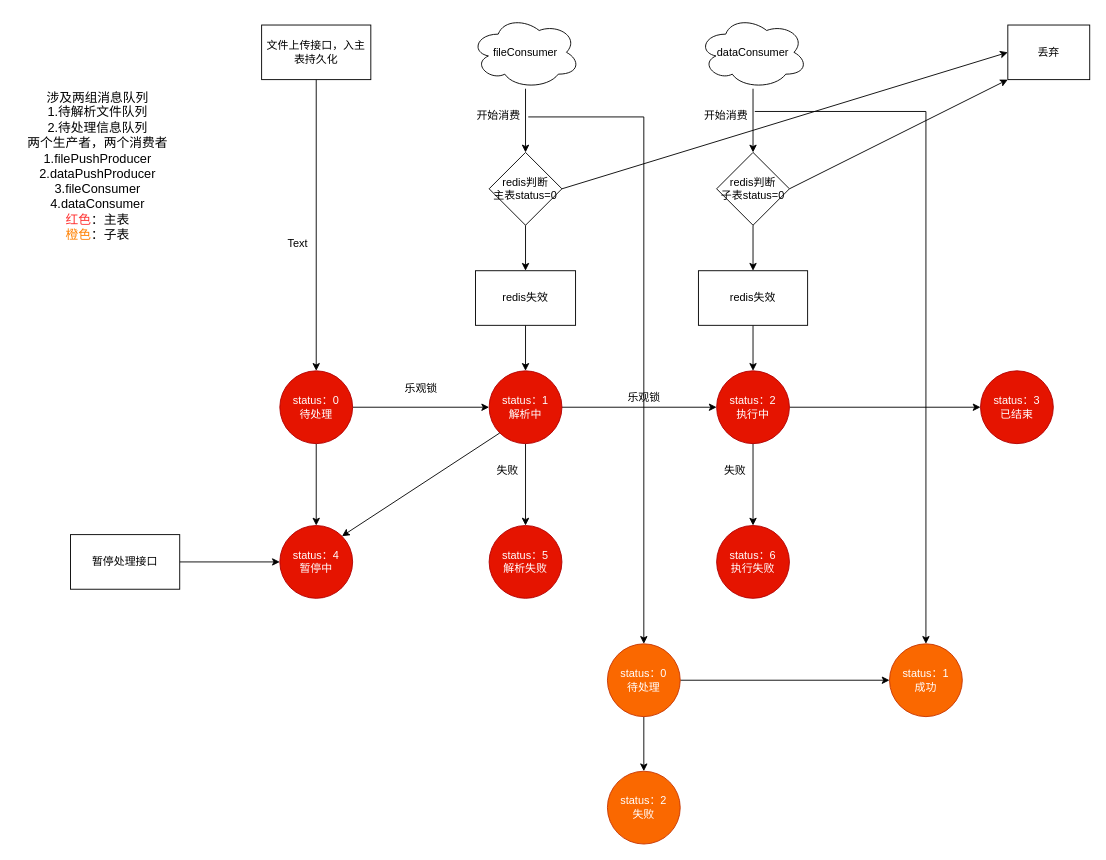
Earlier version of the draw.io diagram batch_status.drawio (mirai3zZ/mojito). Source tidied: cells renumbered, new cells numbered last; positions are measured from the earlier drawing's top-left corner, leaving out a move shared by most shapes. Both pictures are drawn from the tidied source at 91%, with x=0, y=0 at pixel (15, 15).
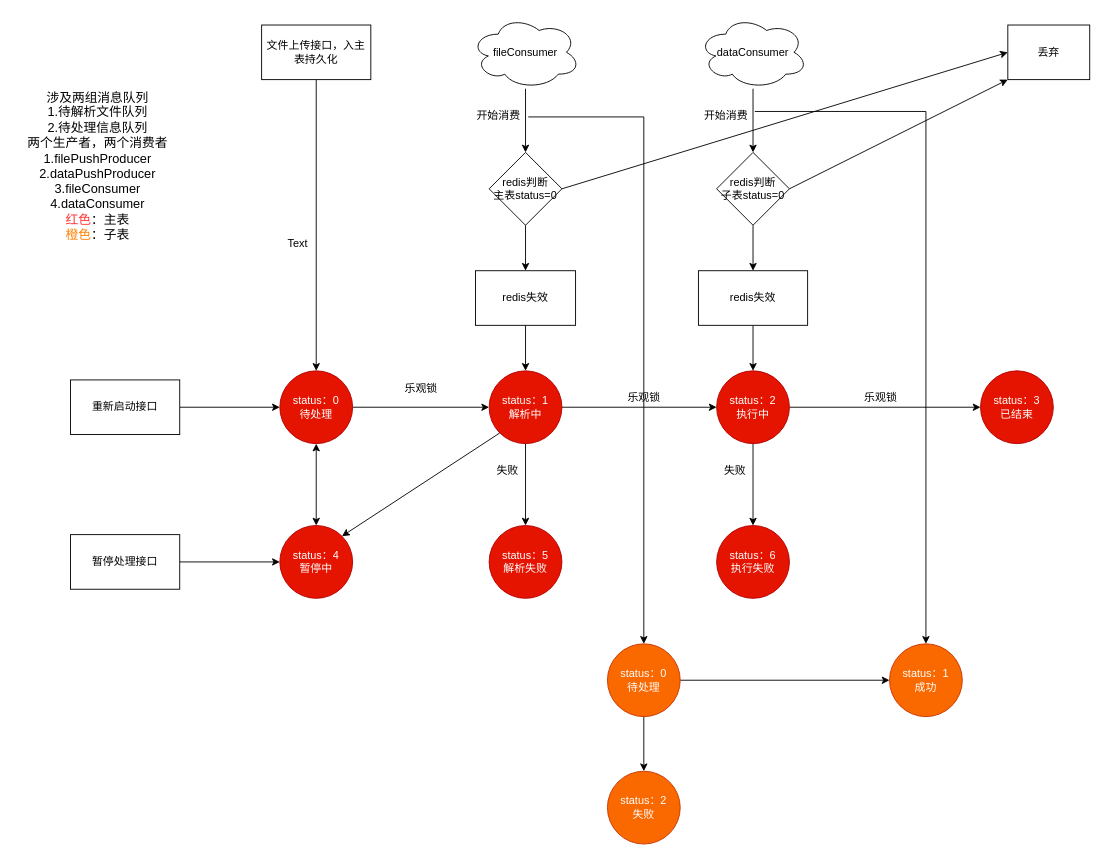
The same diagram, later.

Unchanged cells that the change refers to:
```xml
<mxCell id="7" value="status：0&lt;br&gt;待处理" style="ellipse;whiteSpace=wrap;html=1;fillColor=#e51400;strokeColor=#B20000;fontColor=#ffffff;" parent="1" vertex="1">
  <mxGeometry x="290" y="390" width="80" height="80" as="geometry" />
</mxCell>
<mxCell id="16" value="status：4&lt;br&gt;暂停中" style="ellipse;whiteSpace=wrap;html=1;fillColor=#e51400;strokeColor=#B20000;fontColor=#ffffff;" parent="1" vertex="1">
  <mxGeometry x="290" y="560" width="80" height="80" as="geometry" />
</mxCell>
```

Diff of the diagram source:
```diff
@@
-    <mxCell id="6" style="edgeStyle=orthogonalEdgeStyle;rounded=0;jettySize=auto;html=1;" parent="1" edge="1" source="7" target="16">
-      <mxGeometry relative="1" as="geometry" />
-    </mxCell>
@@
+    <mxCell id="50" value="乐观锁" style="text;html=1;align=center;verticalAlign=middle;" parent="1" vertex="1">
+      <mxGeometry x="925" y="410" width="50" height="20" as="geometry" />
+    </mxCell>
+    <mxCell id="51" style="edgeStyle=orthogonalEdgeStyle;rounded=0;jettySize=auto;html=1;" parent="1" edge="1" source="52" target="7">
+      <mxGeometry relative="1" as="geometry" />
+    </mxCell>
+    <mxCell id="52" value="重新启动接口" style="rounded=0;whiteSpace=wrap;html=1;" parent="1" vertex="1">
+      <mxGeometry x="60" y="400" width="120" height="60" as="geometry" />
+    </mxCell>
+    <mxCell id="53" style="endArrow=classic;startArrow=classic;html=1;entryX=0.5;entryY=1;entryDx=0;entryDy=0;exitX=0.5;exitY=0;exitDx=0;exitDy=0;" parent="1" edge="1" source="16" target="7">
+      <mxGeometry relative="1" as="geometry" />
+    </mxCell>
```
